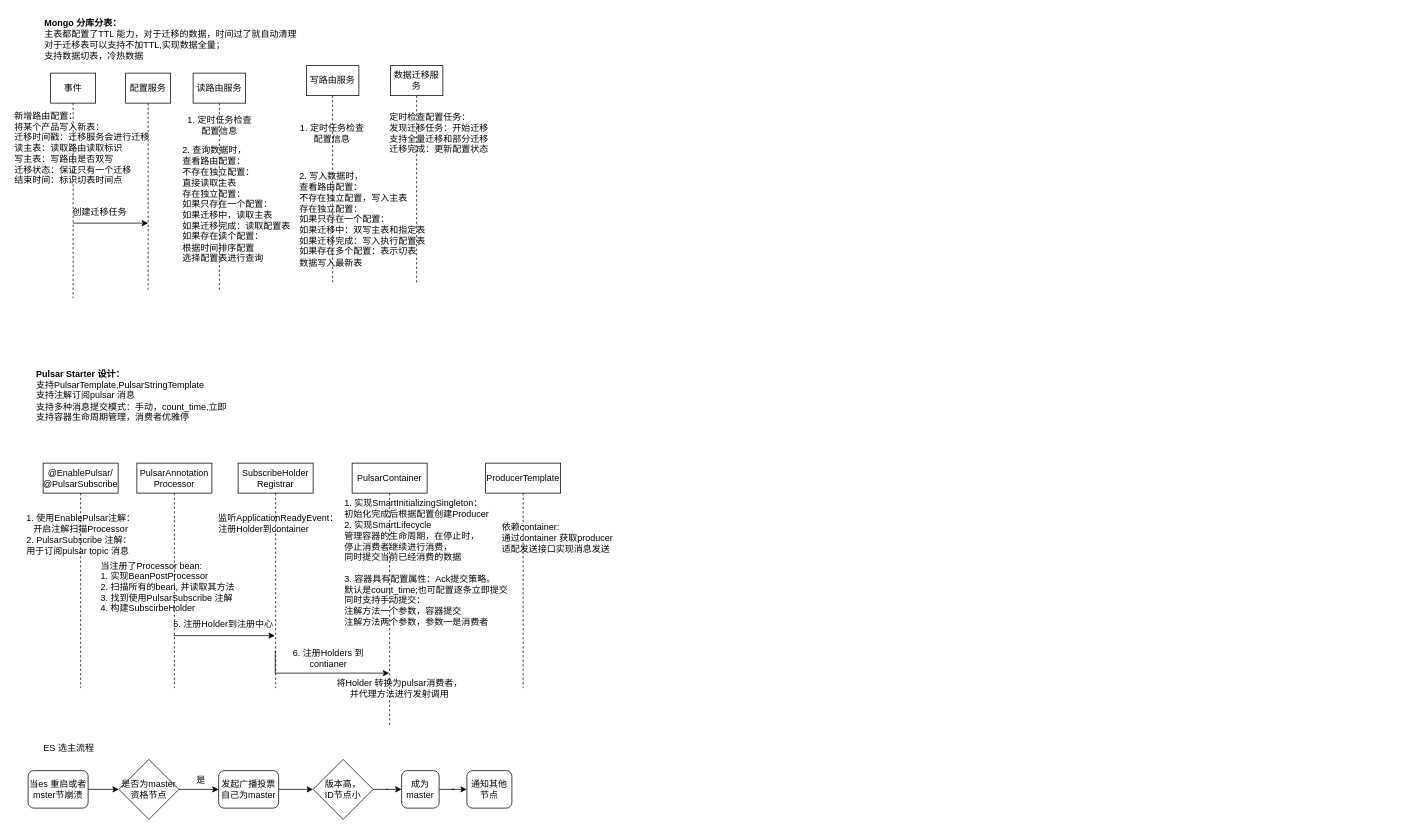
Above: 八股文.drawio in cqu20141693/draw.io (draw.io), before the change. Source tidied: cells renumbered, new cells numbered last; positions are measured from the earlier drawing's top-left corner, leaving out a move shared by most shapes. Both pictures are drawn from the tidied source at 75%, with x=0, y=0 at pixel (13, 13).
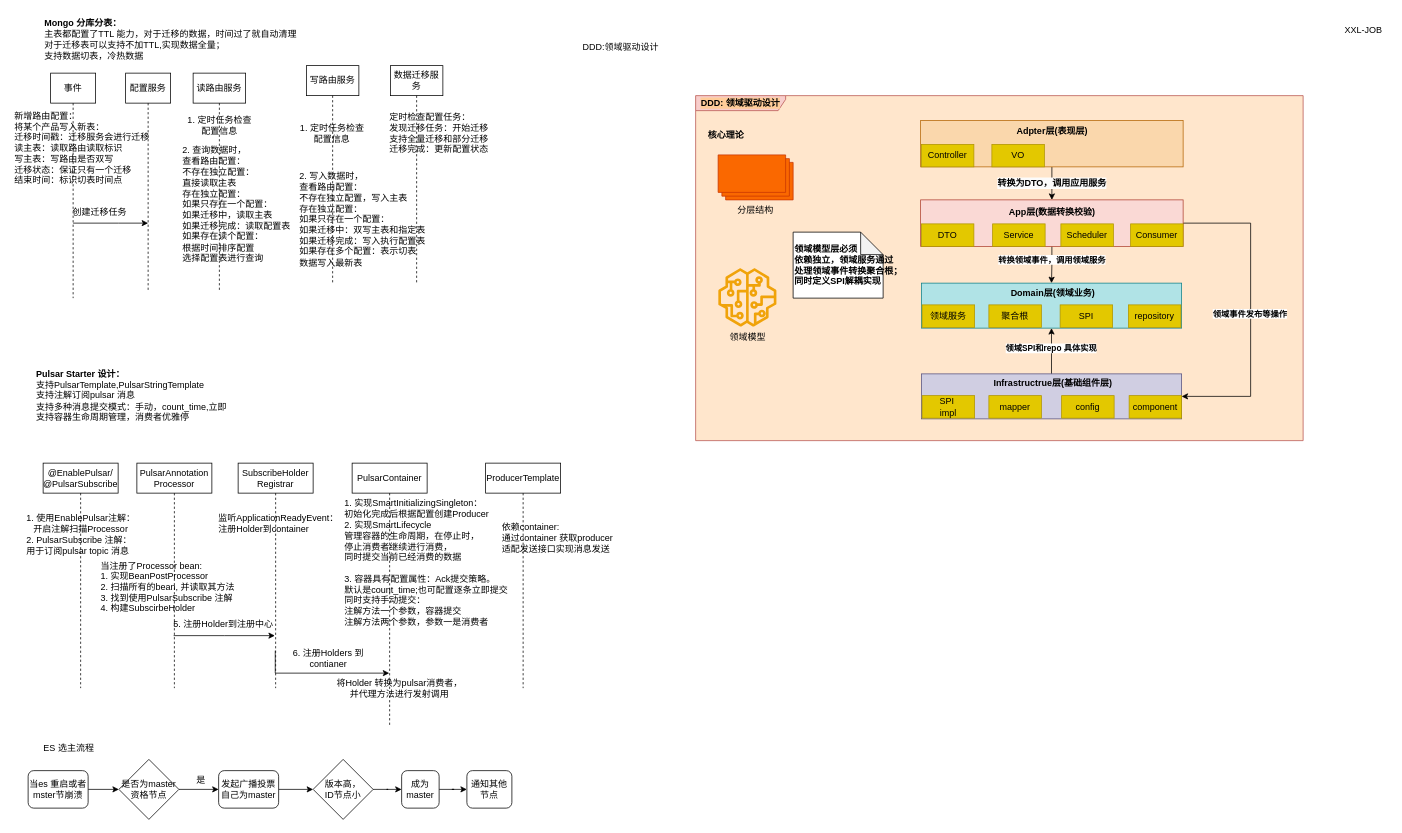
Above is the later version.

Commit message:
更新八股文.drawio

What changed in the source:
```diff
@@
+    <mxCell id="45" value="DDD:领域驱动设计" style="text;html=1;align=center;verticalAlign=middle;strokeColor=none;fillColor=none;" parent="1" vertex="1">
+      <mxGeometry x="750" y="30" width="120" height="30" as="geometry" />
+    </mxCell>
+    <mxCell id="46" value="XXL-JOB" style="text;html=1;align=center;verticalAlign=middle;strokeColor=none;fillColor=none;" parent="1" vertex="1">
+      <mxGeometry x="1765" y="8" width="70" height="30" as="geometry" />
+    </mxCell>
+    <mxCell id="47" value="&lt;b&gt;DDD: 领域驱动设计&lt;/b&gt;" style="shape=umlFrame;html=1;width=120;height=20;labelBackgroundColor=#FFCC99;swimlaneFillColor=#FFE6CC;fillColor=#f8cecc;strokeColor=#b85450;whiteSpace=wrap;" parent="1" vertex="1">
+      <mxGeometry x="910" y="110" width="810" height="460" as="geometry" />
+    </mxCell>
+    <mxCell id="48" value="&lt;b&gt;核心理论&lt;/b&gt;" style="text;html=1;align=center;verticalAlign=middle;strokeColor=none;fillColor=none;" parent="1" vertex="1">
+      <mxGeometry x="915" y="148" width="70" height="30" as="geometry" />
+    </mxCell>
+    <mxCell id="49" value="分层结构" style="verticalLabelPosition=bottom;verticalAlign=top;html=1;shape=mxgraph.basic.layered_rect;dx=10;whiteSpace=wrap;fillColor=#fa6800;fontColor=#000000;strokeColor=#C73500;" parent="1" vertex="1">
+      <mxGeometry x="940" y="189" width="100" height="60" as="geometry" />
+    </mxCell>
+    <mxCell id="50" value="领域模型" style="sketch=0;fontColor=#000000;fillColor=#f0a30a;strokeColor=#BD7000;dashed=0;verticalLabelPosition=bottom;verticalAlign=top;align=center;html=1;fontSize=12;fontStyle=0;shape=mxgraph.aws4.sagemaker_model;" parent="1" vertex="1">
+      <mxGeometry x="940" y="340" width="78" height="78" as="geometry" />
+    </mxCell>
+    <mxCell id="51" value="&lt;span style=&quot;font-size: 12px; background-color: rgb(251, 251, 251);&quot;&gt;&lt;b&gt;转换为DTO，调用应用服务&lt;/b&gt;&lt;/span&gt;" style="edgeStyle=orthogonalEdgeStyle;rounded=0;jettySize=auto;html=1;entryX=0.5;entryY=0;entryDx=0;entryDy=0;" parent="1" edge="1" source="52" target="59">
+      <mxGeometry relative="1" as="geometry" />
+    </mxCell>
+    <mxCell id="52" style="rounded=0;whiteSpace=wrap;html=1;fillColor=#fad7ac;strokeColor=#b46504;" parent="1" vertex="1">
+      <mxGeometry x="1210" y="143" width="350" height="62" as="geometry" />
+    </mxCell>
+    <mxCell id="53" value="&lt;b&gt;Adpter层(表现层)&lt;/b&gt;" style="text;html=1;align=center;verticalAlign=middle;strokeColor=none;fillColor=none;" parent="1" vertex="1">
+      <mxGeometry x="1325" y="142" width="120" height="30" as="geometry" />
+    </mxCell>
+    <mxCell id="54" value="Controller" style="rounded=0;whiteSpace=wrap;html=1;fillColor=#e3c800;fontColor=#000000;strokeColor=#B09500;" parent="1" vertex="1">
+      <mxGeometry x="1211" y="175" width="70" height="30" as="geometry" />
+    </mxCell>
+    <mxCell id="55" style="edgeStyle=orthogonalEdgeStyle;rounded=0;jettySize=auto;html=1;entryX=0.5;entryY=0;entryDx=0;entryDy=0;" parent="1" edge="1" source="59" target="66">
+      <mxGeometry relative="1" as="geometry" />
+    </mxCell>
+    <mxCell id="56" value="&lt;b&gt;转换领域事件，调用领域服务&lt;/b&gt;" style="edgeLabel;html=1;align=center;verticalAlign=middle;" parent="55" vertex="1">
+      <mxGeometry x="-0.31" y="-1" relative="1" as="geometry" />
+    </mxCell>
+    <mxCell id="57" style="edgeStyle=orthogonalEdgeStyle;rounded=0;jettySize=auto;html=1;exitX=1;exitY=0;exitDx=0;exitDy=0;entryX=1;entryY=0.5;entryDx=0;entryDy=0;" parent="1" edge="1" source="65" target="74">
+      <mxGeometry relative="1" as="geometry">
+        <Array as="points">
+          <mxPoint x="1560" y="280" />
+          <mxPoint x="1650" y="280" />
+          <mxPoint x="1650" y="511" />
+        </Array>
+      </mxGeometry>
+    </mxCell>
+    <mxCell id="58" value="&lt;b&gt;领域事件发布等操作&lt;/b&gt;" style="edgeLabel;html=1;align=center;verticalAlign=middle;" parent="57" vertex="1">
+      <mxGeometry x="0.02" y="-2" relative="1" as="geometry" />
+    </mxCell>
+    <mxCell id="59" style="rounded=0;whiteSpace=wrap;html=1;fillColor=#fad9d5;strokeColor=#ae4132;" parent="1" vertex="1">
+      <mxGeometry x="1210" y="249" width="350" height="62" as="geometry" />
+    </mxCell>
+    <mxCell id="60" value="&lt;b&gt;App层(数据转换校验)&lt;/b&gt;" style="text;html=1;align=center;verticalAlign=middle;strokeColor=none;fillColor=none;" parent="1" vertex="1">
+      <mxGeometry x="1315" y="251" width="140" height="30" as="geometry" />
+    </mxCell>
+    <mxCell id="61" value="VO" style="rounded=0;whiteSpace=wrap;html=1;fillColor=#e3c800;fontColor=#000000;strokeColor=#B09500;" parent="1" vertex="1">
+      <mxGeometry x="1305" y="175" width="70" height="30" as="geometry" />
+    </mxCell>
+    <mxCell id="62" value="DTO" style="rounded=0;whiteSpace=wrap;html=1;fillColor=#e3c800;fontColor=#000000;strokeColor=#B09500;" parent="1" vertex="1">
+      <mxGeometry x="1211" y="281" width="70" height="30" as="geometry" />
+    </mxCell>
+    <mxCell id="63" value="Service" style="rounded=0;whiteSpace=wrap;html=1;fillColor=#e3c800;fontColor=#000000;strokeColor=#B09500;" parent="1" vertex="1">
+      <mxGeometry x="1306" y="281" width="70" height="30" as="geometry" />
+    </mxCell>
+    <mxCell id="64" value="Scheduler" style="rounded=0;whiteSpace=wrap;html=1;fillColor=#e3c800;fontColor=#000000;strokeColor=#B09500;" parent="1" vertex="1">
+      <mxGeometry x="1397" y="281" width="70" height="30" as="geometry" />
+    </mxCell>
+    <mxCell id="65" value="Consumer" style="rounded=0;whiteSpace=wrap;html=1;fillColor=#e3c800;fontColor=#000000;strokeColor=#B09500;" parent="1" vertex="1">
+      <mxGeometry x="1490" y="281" width="70" height="30" as="geometry" />
+    </mxCell>
+    <mxCell id="66" style="rounded=0;whiteSpace=wrap;html=1;fillColor=#b0e3e6;strokeColor=#0e8088;" parent="1" vertex="1">
+      <mxGeometry x="1211" y="360" width="347" height="60" as="geometry" />
+    </mxCell>
+    <mxCell id="67" value="&lt;b&gt;Domain层(领域业务)&lt;/b&gt;" style="text;html=1;align=center;verticalAlign=middle;strokeColor=none;fillColor=none;" parent="1" vertex="1">
+      <mxGeometry x="1316" y="358" width="140" height="30" as="geometry" />
+    </mxCell>
+    <mxCell id="68" value="领域服务" style="rounded=0;whiteSpace=wrap;html=1;fillColor=#e3c800;fontColor=#000000;strokeColor=#B09500;" parent="1" vertex="1">
+      <mxGeometry x="1212" y="389" width="70" height="30" as="geometry" />
+    </mxCell>
+    <mxCell id="69" value="聚合根" style="rounded=0;whiteSpace=wrap;html=1;fillColor=#e3c800;fontColor=#000000;strokeColor=#B09500;" parent="1" vertex="1">
+      <mxGeometry x="1301" y="389" width="70" height="30" as="geometry" />
+    </mxCell>
+    <mxCell id="70" value="SPI" style="rounded=0;whiteSpace=wrap;html=1;fillColor=#e3c800;fontColor=#000000;strokeColor=#B09500;" parent="1" vertex="1">
+      <mxGeometry x="1396" y="389" width="70" height="30" as="geometry" />
+    </mxCell>
+    <mxCell id="71" value="repository" style="rounded=0;whiteSpace=wrap;html=1;fillColor=#e3c800;fontColor=#000000;strokeColor=#B09500;" parent="1" vertex="1">
+      <mxGeometry x="1487" y="389" width="70" height="30" as="geometry" />
+    </mxCell>
+    <mxCell id="72" style="edgeStyle=orthogonalEdgeStyle;rounded=0;jettySize=auto;html=1;entryX=0.5;entryY=1;entryDx=0;entryDy=0;" parent="1" edge="1" source="74" target="66">
+      <mxGeometry relative="1" as="geometry" />
+    </mxCell>
+    <mxCell id="73" value="&lt;b&gt;领域SPI和repo 具体实现&lt;/b&gt;" style="edgeLabel;html=1;align=center;verticalAlign=middle;" parent="72" vertex="1">
+      <mxGeometry x="0.15" y="2" relative="1" as="geometry">
+        <mxPoint x="1" as="offset" />
+      </mxGeometry>
+    </mxCell>
+    <mxCell id="74" style="rounded=0;whiteSpace=wrap;html=1;fillColor=#d0cee2;strokeColor=#56517e;" parent="1" vertex="1">
+      <mxGeometry x="1211" y="481" width="347" height="60" as="geometry" />
+    </mxCell>
+    <mxCell id="75" value="&lt;b&gt;Infrastructrue层(基础组件层)&lt;/b&gt;" style="text;html=1;align=center;verticalAlign=middle;strokeColor=none;fillColor=none;" parent="1" vertex="1">
+      <mxGeometry x="1296" y="479" width="180" height="30" as="geometry" />
+    </mxCell>
+    <mxCell id="76" value="SPI&amp;nbsp;&lt;div&gt;impl&lt;/div&gt;" style="rounded=0;whiteSpace=wrap;html=1;fillColor=#e3c800;fontColor=#000000;strokeColor=#B09500;" parent="1" vertex="1">
+      <mxGeometry x="1212" y="510" width="70" height="30" as="geometry" />
+    </mxCell>
+    <mxCell id="77" value="mapper" style="rounded=0;whiteSpace=wrap;html=1;fillColor=#e3c800;fontColor=#000000;strokeColor=#B09500;" parent="1" vertex="1">
+      <mxGeometry x="1301" y="510" width="70" height="30" as="geometry" />
+    </mxCell>
+    <mxCell id="78" value="config" style="rounded=0;whiteSpace=wrap;html=1;fillColor=#e3c800;fontColor=#000000;strokeColor=#B09500;" parent="1" vertex="1">
+      <mxGeometry x="1398" y="510" width="70" height="30" as="geometry" />
+    </mxCell>
+    <mxCell id="79" value="component" style="rounded=0;whiteSpace=wrap;html=1;fillColor=#e3c800;fontColor=#000000;strokeColor=#B09500;" parent="1" vertex="1">
+      <mxGeometry x="1488" y="510" width="70" height="30" as="geometry" />
+    </mxCell>
+    <mxCell id="80" value="&lt;b style=&quot;text-wrap: nowrap;&quot;&gt;领域模型层必须&lt;/b&gt;&lt;b style=&quot;text-wrap: nowrap; background-color: initial;&quot;&gt;依赖独立，领域服务通过&lt;/b&gt;&lt;div&gt;&lt;b style=&quot;text-wrap: nowrap; background-color: initial;&quot;&gt;处理领域事件转换聚合根；&lt;/b&gt;&lt;b style=&quot;background-color: initial; text-wrap: nowrap;&quot;&gt;同时定义SPI&lt;/b&gt;&lt;b style=&quot;background-color: initial; text-wrap: nowrap;&quot;&gt;解耦实现&lt;/b&gt;&lt;/div&gt;" style="shape=note;html=1;backgroundOutline=1;darkOpacity=0.05;align=left;whiteSpace=wrap;" parent="1" vertex="1">
+      <mxGeometry x="1040" y="292" width="120" height="88" as="geometry" />
+    </mxCell>
```
